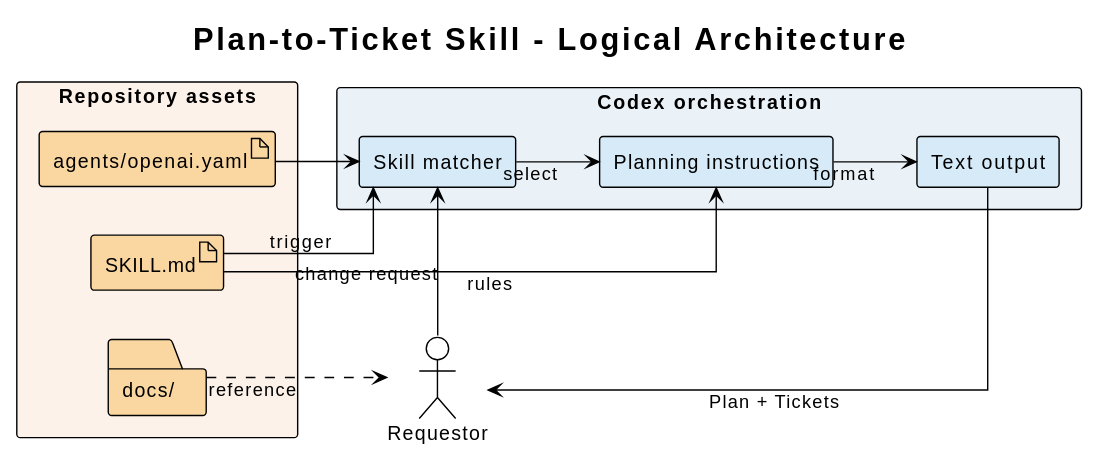
Before: docs/skills/plan-to-ticket/diagrams/plan-to-ticket-architecture.svg, a diagram exported from PlantUML (i-zrhe2016/codex-development-workflow). Source of this version:
```plantuml
@startuml
!theme plain
left to right direction

skinparam packageStyle rectangle
skinparam componentStyle rectangle
skinparam shadowing false
skinparam linetype ortho
skinparam defaultFontName Arial

title Plan-to-Ticket Skill - Logical Architecture

actor "Requestor" as requestor

package "Codex orchestration" as orchestration #EAF2F8 {
  component "Skill matcher" as matcher #D6EAF8
  component "Planning instructions" as planner #D6EAF8
  component "Text output" as output #D6EAF8
}

package "Repository assets" as repository #FDF2E9 {
  artifact "SKILL.md" as skill #FAD7A0
  artifact "agents/openai.yaml" as metadata #FAD7A0
  folder "docs/" as docs #FAD7A0
}

requestor --> matcher : change request
matcher --> planner : select
planner --> output : format
output --> requestor : Plan + Tickets

skill --> matcher : trigger
skill --> planner : rules
metadata --> matcher
docs ..> requestor : reference
@enduml
```
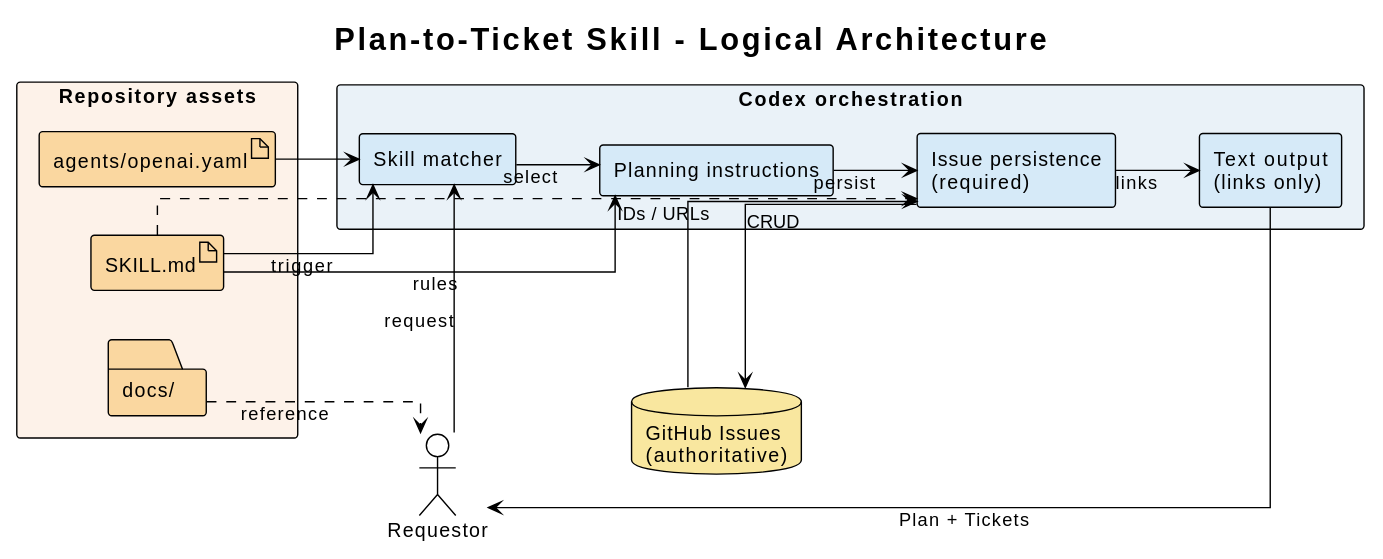
Later version of the same file.

What changed in the source:
```diff
@@ -15,8 +15,11 @@
 package "Codex orchestration" as orchestration #EAF2F8 {
   component "Skill matcher" as matcher #D6EAF8
   component "Planning instructions" as planner #D6EAF8
-  component "Text output" as output #D6EAF8
+  component "Issue persistence\n(required)" as persistence #D6EAF8
+  component "Text output\n(links only)" as output #D6EAF8
 }
+
+database "GitHub Issues\n(authoritative)" as issues #F9E79F
 
 package "Repository assets" as repository #FDF2E9 {
   artifact "SKILL.md" as skill #FAD7A0
@@ -24,13 +27,17 @@
   folder "docs/" as docs #FAD7A0
 }
 
-requestor --> matcher : change request
+requestor --> matcher : request
 matcher --> planner : select
-planner --> output : format
+planner --> persistence : persist
+persistence --> issues : CRUD
+issues --> persistence : IDs / URLs
+persistence --> output : links
 output --> requestor : Plan + Tickets
 
 skill --> matcher : trigger
 skill --> planner : rules
+skill ..> persistence
 metadata --> matcher
 docs ..> requestor : reference
 @enduml
```
